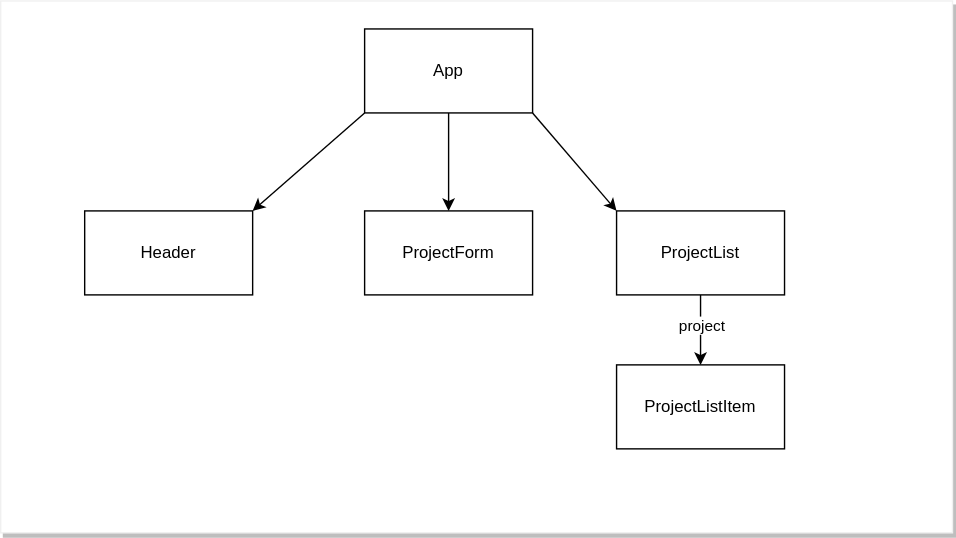
Above: 02_state_and_events /assets/components-diagram.drawio.svg in learn-co-curriculum/SENG-LIVE-Phase-2-ProjectShowcase (draw.io), before the change. Source tidied: cells renumbered, new cells last; positions are measured from the earlier drawing's top-left corner, leaving out a move shared by most shapes. Its diagram source:
```xml
<mxGraphModel>
  <root>
    <mxCell id="0" />
    <mxCell id="1" parent="0" />
    <mxCell id="2" style="shape=table;startSize=0;strokeColor=#F0F0F0;shadow=1;" parent="1" vertex="1">
      <mxGeometry width="680" height="380" as="geometry" />
    </mxCell>
    <mxCell id="3" style="shape=partialRectangle;fillColor=none;top=0;left=0;bottom=0;right=0;" parent="2" vertex="1">
      <mxGeometry width="680" height="380" as="geometry" />
    </mxCell>
    <mxCell id="4" style="shape=partialRectangle;html=1;whiteSpace=wrap;overflow=hidden;fillColor=none;top=0;left=0;bottom=0;right=0;" parent="3" vertex="1">
      <mxGeometry width="680" height="380" as="geometry" />
    </mxCell>
    <mxCell id="5" style="edgeStyle=none;html=1;" parent="1" edge="1" source="6" target="8">
      <mxGeometry relative="1" as="geometry" />
    </mxCell>
    <mxCell id="6" value="App" style="rounded=0;whiteSpace=wrap;html=1;" parent="1" vertex="1">
      <mxGeometry x="260" y="20" width="120" height="60" as="geometry" />
    </mxCell>
    <mxCell id="7" value="Header" style="rounded=0;whiteSpace=wrap;html=1;" parent="1" vertex="1">
      <mxGeometry x="60" y="150" width="120" height="60" as="geometry" />
    </mxCell>
    <mxCell id="8" value="ProjectForm" style="rounded=0;whiteSpace=wrap;html=1;" parent="1" vertex="1">
      <mxGeometry x="260" y="150" width="120" height="60" as="geometry" />
    </mxCell>
    <mxCell id="9" style="edgeStyle=none;html=1;" parent="1" edge="1" source="11" target="12">
      <mxGeometry relative="1" as="geometry" />
    </mxCell>
    <mxCell id="10" value="project" style="edgeLabel;html=1;align=center;verticalAlign=middle;" parent="9" vertex="1">
      <mxGeometry x="-0.14" relative="1" as="geometry" />
    </mxCell>
    <mxCell id="11" value="ProjectList" style="rounded=0;whiteSpace=wrap;html=1;" parent="1" vertex="1">
      <mxGeometry x="440" y="150" width="120" height="60" as="geometry" />
    </mxCell>
    <mxCell id="12" value="ProjectListItem" style="rounded=0;whiteSpace=wrap;html=1;" parent="1" vertex="1">
      <mxGeometry x="440" y="260" width="120" height="60" as="geometry" />
    </mxCell>
    <mxCell id="13" style="endArrow=classic;html=1;entryX=1;entryY=0;entryDx=0;entryDy=0;exitX=0;exitY=1;exitDx=0;exitDy=0;" parent="1" edge="1" source="6" target="7">
      <mxGeometry relative="1" as="geometry" />
    </mxCell>
    <mxCell id="14" style="endArrow=classic;html=1;entryX=0;entryY=0;entryDx=0;entryDy=0;exitX=1;exitY=1;exitDx=0;exitDy=0;" parent="1" edge="1" source="6" target="11">
      <mxGeometry relative="1" as="geometry" />
    </mxCell>
  </root>
</mxGraphModel>
```
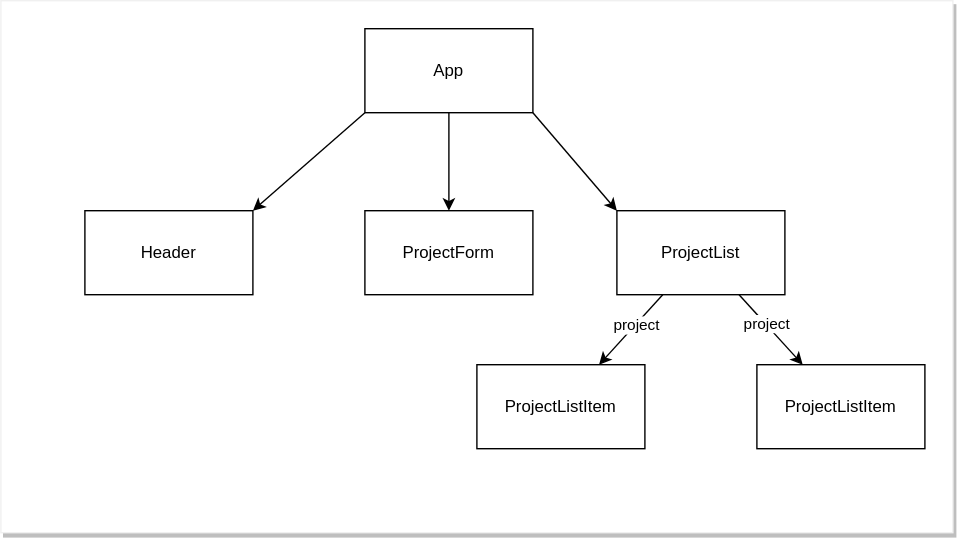
The same file after the commit.

Commit message:
update lesson 2 diagrams

Change to the diagram source:
```diff
@@ -29,11 +29,19 @@
     <mxCell id="10" value="project" style="edgeLabel;html=1;align=center;verticalAlign=middle;" parent="9" vertex="1">
       <mxGeometry x="-0.14" relative="1" as="geometry" />
     </mxCell>
+    <mxCell id="15" style="edgeStyle=none;html=1;" parent="1" edge="1" source="11" target="17">
+      <mxGeometry relative="1" as="geometry" />
+    </mxCell>
+    <mxCell id="16" value="project" style="edgeLabel;html=1;align=center;verticalAlign=middle;" parent="15" vertex="1">
+      <mxGeometry x="-0.18" y="1" relative="1" as="geometry">
+        <mxPoint y="1" as="offset" />
+      </mxGeometry>
+    </mxCell>
     <mxCell id="11" value="ProjectList" style="rounded=0;whiteSpace=wrap;html=1;" parent="1" vertex="1">
       <mxGeometry x="440" y="150" width="120" height="60" as="geometry" />
     </mxCell>
     <mxCell id="12" value="ProjectListItem" style="rounded=0;whiteSpace=wrap;html=1;" parent="1" vertex="1">
-      <mxGeometry x="440" y="260" width="120" height="60" as="geometry" />
+      <mxGeometry x="340" y="260" width="120" height="60" as="geometry" />
     </mxCell>
     <mxCell id="13" style="endArrow=classic;html=1;entryX=1;entryY=0;entryDx=0;entryDy=0;exitX=0;exitY=1;exitDx=0;exitDy=0;" parent="1" edge="1" source="6" target="7">
       <mxGeometry relative="1" as="geometry" />
@@ -41,5 +49,8 @@
     <mxCell id="14" style="endArrow=classic;html=1;entryX=0;entryY=0;entryDx=0;entryDy=0;exitX=1;exitY=1;exitDx=0;exitDy=0;" parent="1" edge="1" source="6" target="11">
       <mxGeometry relative="1" as="geometry" />
     </mxCell>
+    <mxCell id="17" value="ProjectListItem" style="rounded=0;whiteSpace=wrap;html=1;" parent="1" vertex="1">
+      <mxGeometry x="540" y="260" width="120" height="60" as="geometry" />
+    </mxCell>
   </root>
 </mxGraphModel>
```
